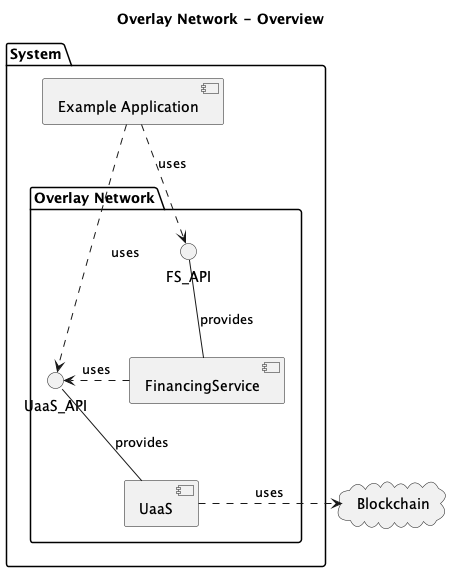
nchain-innovation/overlay-network keeps this PlantUML diagram as docs/diagrams/overview.png. Above is the earlier version. The source it was exported from:
```plantuml
@startuml
title Overlay Network - Overview


cloud "Blockchain" {
}


package "System" {

    [Example Application]

    package "Overlay Network" {



        UaaS_API -- [UaaS] : provides
        [UaaS] .right.> Blockchain: uses

        FS_API -down- [FinancingService] : provides
        [FinancingService] .right.> UaaS_API: uses

    }


}

[Example Application] ..> UaaS_API: uses
[Example Application] ..> FS_API: uses


@enduml
```
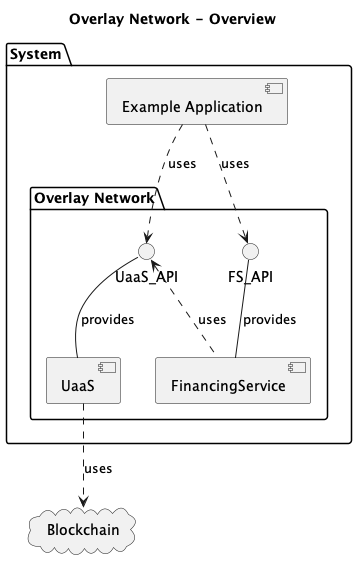
After the commit.

Diff of the diagram source:
```diff
@@ -1,10 +1,8 @@
 @startuml
 title Overlay Network - Overview
 
-
 cloud "Blockchain" {
 }
-
 
 package "System" {
 
@@ -12,21 +10,15 @@
 
     package "Overlay Network" {
 
-
-
-        UaaS_API -- [UaaS] : provides
-        [UaaS] .right.> Blockchain: uses
+        UaaS_API -down- [UaaS] : provides
+        [UaaS] .down.> Blockchain: uses
 
         FS_API -down- [FinancingService] : provides
-        [FinancingService] .right.> UaaS_API: uses
-
+        [FinancingService] .up.> UaaS_API: uses
     }
-
-
 }
 
 [Example Application] ..> UaaS_API: uses
 [Example Application] ..> FS_API: uses
 
-
 @enduml
```
